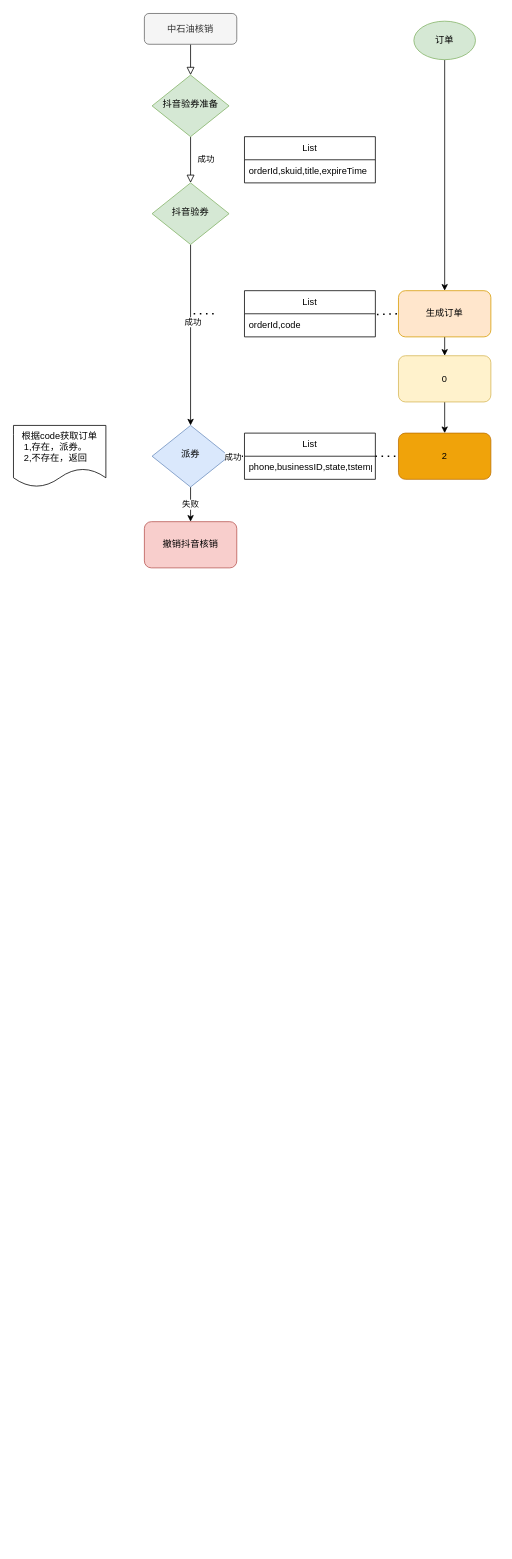
zhanghaiyang1/draw keeps this draw.io diagram as xlh/xlh.drawio. Above is the earlier version. Source tidied: cells renumbered, new cells numbered last; positions are measured from the earlier drawing's top-left corner, leaving out a move shared by most shapes. Both pictures are drawn from the tidied source at 77%, with x=0, y=0 at pixel (13, 13).
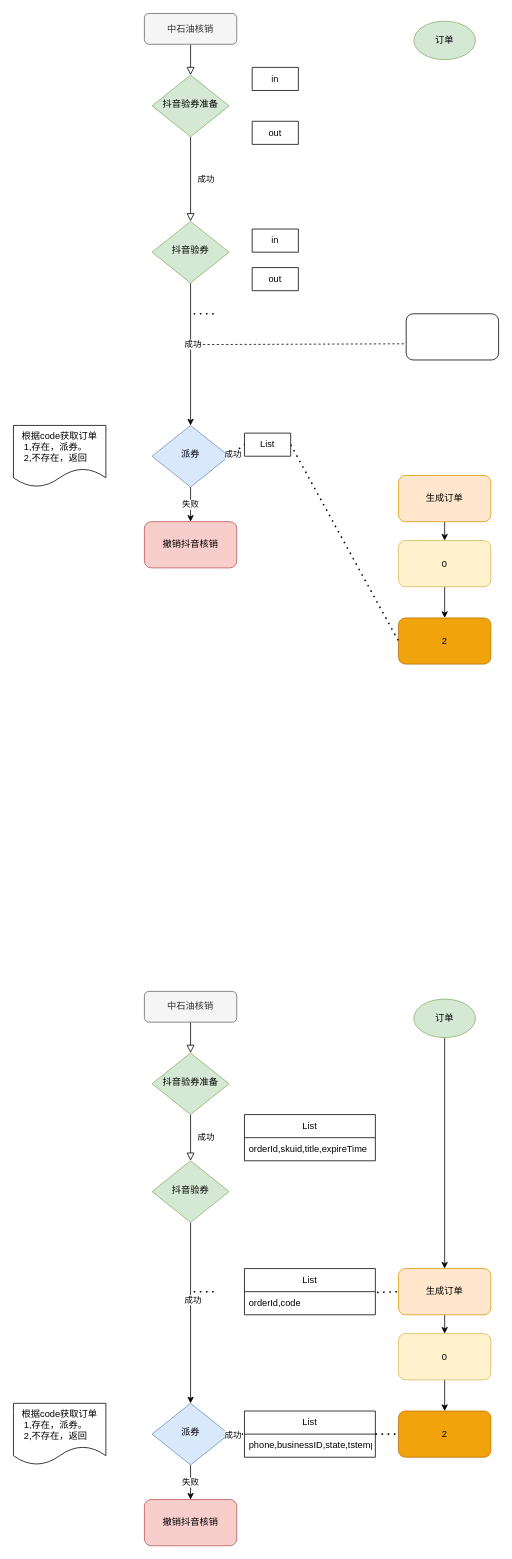
After the change.

Unchanged cells that the change refers to:
```xml
<mxCell id="5" value="抖音验券准备" style="rhombus;whiteSpace=wrap;html=1;shadow=0;fontFamily=Helvetica;fontSize=12;align=center;strokeWidth=1;spacing=6;spacingTop=-4;fillColor=#d5e8d4;strokeColor=#82b366;" parent="1" vertex="1">
  <mxGeometry x="180" y="80" width="100" height="80" as="geometry" />
</mxCell>
<mxCell id="10" value="订单" style="ellipse;whiteSpace=wrap;html=1;fillColor=#d5e8d4;strokeColor=#82b366;" parent="1" vertex="1">
  <mxGeometry x="520" y="10" width="80" height="50" as="geometry" />
</mxCell>
<mxCell id="23" value="派券" style="rhombus;whiteSpace=wrap;html=1;shadow=0;fontFamily=Helvetica;fontSize=12;align=center;strokeWidth=1;spacing=6;spacingTop=-4;fillColor=#dae8fc;strokeColor=#6c8ebf;" parent="1" vertex="1">
  <mxGeometry x="180" y="535" width="100" height="80" as="geometry" />
</mxCell>
```

The edit, as a diff of the source:
```diff
@@
-    <mxCell id="4" value="成功" style="rounded=0;html=1;jettySize=auto;fontSize=11;endArrow=block;endFill=0;endSize=8;strokeWidth=1;shadow=0;labelBackgroundColor=none;edgeStyle=orthogonalEdgeStyle;" parent="1" edge="1" source="5" target="8">
-      <mxGeometry y="20" relative="1" as="geometry" />
-    </mxCell>
+    <mxCell id="31" value="成功" style="rounded=0;html=1;jettySize=auto;fontSize=11;endArrow=block;endFill=0;endSize=8;strokeWidth=1;shadow=0;labelBackgroundColor=none;edgeStyle=orthogonalEdgeStyle;" parent="1" edge="1" source="5" target="34">
+      <mxGeometry y="20" relative="1" as="geometry" />
+    </mxCell>
@@
-    <mxCell id="6" style="edgeStyle=orthogonalEdgeStyle;rounded=0;jettySize=auto;html=1;exitX=0.5;exitY=1;exitDx=0;exitDy=0;entryX=0.5;entryY=0;entryDx=0;entryDy=0;" parent="1" edge="1" source="8" target="23">
-      <mxGeometry relative="1" as="geometry" />
-    </mxCell>
-    <mxCell id="7" value="成功" style="edgeLabel;html=1;align=center;verticalAlign=middle;" parent="6" vertex="1">
-      <mxGeometry x="-0.15" y="2" relative="1" as="geometry" />
-    </mxCell>
-    <mxCell id="8" value="抖音验券" style="rhombus;whiteSpace=wrap;html=1;shadow=0;fontFamily=Helvetica;fontSize=12;align=center;strokeWidth=1;spacing=6;spacingTop=-4;fillColor=#d5e8d4;strokeColor=#82b366;" parent="1" vertex="1">
-      <mxGeometry x="180" y="220" width="100" height="80" as="geometry" />
-    </mxCell>
-    <mxCell id="9" style="edgeStyle=orthogonalEdgeStyle;rounded=0;jettySize=auto;html=1;exitX=0.5;exitY=1;exitDx=0;exitDy=0;" parent="1" edge="1" source="10" target="12">
-      <mxGeometry relative="1" as="geometry" />
-    </mxCell>
+    <mxCell id="32" style="edgeStyle=orthogonalEdgeStyle;rounded=0;jettySize=auto;html=1;exitX=0.5;exitY=1;exitDx=0;exitDy=0;entryX=0.5;entryY=0;entryDx=0;entryDy=0;" parent="1" edge="1" source="34" target="23">
+      <mxGeometry relative="1" as="geometry" />
+    </mxCell>
+    <mxCell id="33" value="成功" style="edgeLabel;html=1;align=center;verticalAlign=middle;" parent="32" vertex="1">
+      <mxGeometry x="-0.15" y="2" relative="1" as="geometry" />
+    </mxCell>
+    <mxCell id="34" value="抖音验券" style="rhombus;whiteSpace=wrap;html=1;shadow=0;fontFamily=Helvetica;fontSize=12;align=center;strokeWidth=1;spacing=6;spacingTop=-4;fillColor=#d5e8d4;strokeColor=#82b366;" parent="1" vertex="1">
+      <mxGeometry x="180" y="270" width="100" height="80" as="geometry" />
+    </mxCell>
@@
-    <mxCell id="11" style="edgeStyle=orthogonalEdgeStyle;rounded=0;jettySize=auto;html=1;exitX=0.5;exitY=1;exitDx=0;exitDy=0;entryX=0.5;entryY=0;entryDx=0;entryDy=0;" parent="1" edge="1" source="12" target="14">
-      <mxGeometry relative="1" as="geometry" />
-    </mxCell>
-    <mxCell id="12" value="生成订单" style="rounded=1;whiteSpace=wrap;html=1;fillColor=#ffe6cc;strokeColor=#d79b00;" parent="1" vertex="1">
-      <mxGeometry x="500" y="360" width="120" height="60" as="geometry" />
-    </mxCell>
-    <mxCell id="13" style="edgeStyle=orthogonalEdgeStyle;rounded=0;jettySize=auto;html=1;exitX=0.5;exitY=1;exitDx=0;exitDy=0;" parent="1" edge="1" source="14" target="16">
-      <mxGeometry relative="1" as="geometry" />
-    </mxCell>
-    <mxCell id="14" value="0" style="rounded=1;whiteSpace=wrap;html=1;fillColor=#fff2cc;strokeColor=#d6b656;" parent="1" vertex="1">
-      <mxGeometry x="500" y="444.5" width="120" height="60" as="geometry" />
-    </mxCell>
+    <mxCell id="35" style="edgeStyle=orthogonalEdgeStyle;rounded=0;jettySize=auto;html=1;exitX=0.5;exitY=1;exitDx=0;exitDy=0;entryX=0.5;entryY=0;entryDx=0;entryDy=0;" parent="1" edge="1" source="36" target="38">
+      <mxGeometry relative="1" as="geometry" />
+    </mxCell>
+    <mxCell id="36" value="生成订单" style="rounded=1;whiteSpace=wrap;html=1;fillColor=#ffe6cc;strokeColor=#d79b00;" parent="1" vertex="1">
+      <mxGeometry x="500" y="600" width="120" height="60" as="geometry" />
+    </mxCell>
+    <mxCell id="37" style="edgeStyle=orthogonalEdgeStyle;rounded=0;jettySize=auto;html=1;exitX=0.5;exitY=1;exitDx=0;exitDy=0;" parent="1" edge="1" source="38" target="39">
+      <mxGeometry relative="1" as="geometry" />
+    </mxCell>
+    <mxCell id="38" value="0" style="rounded=1;whiteSpace=wrap;html=1;fillColor=#fff2cc;strokeColor=#d6b656;" parent="1" vertex="1">
+      <mxGeometry x="500" y="684.5" width="120" height="60" as="geometry" />
+    </mxCell>
@@
-    <mxCell id="16" value="2" style="rounded=1;whiteSpace=wrap;html=1;fillColor=#f0a30a;fontColor=#000000;strokeColor=#BD7000;" parent="1" vertex="1">
-      <mxGeometry x="500" y="545" width="120" height="60" as="geometry" />
-    </mxCell>
-    <mxCell id="17" style="endArrow=none;dashed=1;html=1;dashPattern=1 3;strokeWidth=2;rounded=0;entryX=0;entryY=0.5;entryDx=0;entryDy=0;exitX=1;exitY=0.5;exitDx=0;exitDy=0;" parent="1" edge="1" source="26" target="16">
-      <mxGeometry relative="1" as="geometry" />
-    </mxCell>
-    <mxCell id="18" value="List" style="swimlane;fontStyle=0;horizontal=1;startSize=30;whiteSpace=wrap;html=1;" parent="1" vertex="1">
-      <mxGeometry x="300" y="360" width="170" height="60" as="geometry" />
-    </mxCell>
-    <mxCell id="19" value="orderId,code" style="text;strokeColor=none;fillColor=none;align=left;verticalAlign=middle;spacingLeft=4;spacingRight=4;overflow=hidden;points=[[0,0.5],[1,0.5]];portConstraint=eastwest;whiteSpace=wrap;html=1;" parent="18" vertex="1">
-      <mxGeometry y="30" width="170" height="30" as="geometry" />
-    </mxCell>
-    <mxCell id="20" value="List" style="swimlane;fontStyle=0;horizontal=1;startSize=30;whiteSpace=wrap;html=1;" parent="1" vertex="1">
-      <mxGeometry x="300" y="160" width="170" height="60" as="geometry" />
-    </mxCell>
-    <mxCell id="21" value="&lt;div&gt;orderId,skuid,title,expireTime&lt;/div&gt;" style="text;strokeColor=none;fillColor=none;align=left;verticalAlign=middle;spacingLeft=4;spacingRight=4;overflow=hidden;whiteSpace=wrap;html=1;" parent="20" vertex="1">
-      <mxGeometry y="30" width="170" height="30" as="geometry" />
-    </mxCell>
+    <mxCell id="39" value="2" style="rounded=1;whiteSpace=wrap;html=1;fillColor=#f0a30a;fontColor=#000000;strokeColor=#BD7000;" parent="1" vertex="1">
+      <mxGeometry x="500" y="785" width="120" height="60" as="geometry" />
+    </mxCell>
+    <mxCell id="40" style="endArrow=none;dashed=1;html=1;dashPattern=1 3;strokeWidth=2;rounded=0;entryX=0;entryY=0.5;entryDx=0;entryDy=0;exitX=1;exitY=0.5;exitDx=0;exitDy=0;" parent="1" edge="1" source="44" target="39">
+      <mxGeometry relative="1" as="geometry" />
+    </mxCell>
+    <mxCell id="41" value="out" style="swimlane;fontStyle=0;horizontal=1;startSize=30;whiteSpace=wrap;html=1;" parent="1" vertex="1" collapsed="1">
+      <mxGeometry x="310" y="330" width="60" height="30" as="geometry" />
+    </mxCell>
@@
-    <mxCell id="24" style="endArrow=none;dashed=1;html=1;dashPattern=1 3;strokeWidth=2;rounded=0;entryX=0;entryY=0.5;entryDx=0;entryDy=0;exitX=1;exitY=0.5;exitDx=0;exitDy=0;" parent="1" edge="1" source="23" target="26">
-      <mxGeometry relative="1" as="geometry" />
-    </mxCell>
-    <mxCell id="25" value="成功" style="edgeLabel;html=1;align=center;verticalAlign=middle;" parent="24" vertex="1">
-      <mxGeometry x="-0.6" relative="1" as="geometry" />
-    </mxCell>
-    <mxCell id="26" value="List" style="swimlane;fontStyle=0;horizontal=1;startSize=30;whiteSpace=wrap;html=1;" parent="1" vertex="1">
-      <mxGeometry x="300" y="545" width="170" height="60" as="geometry" />
-    </mxCell>
+    <mxCell id="42" style="endArrow=none;dashed=1;html=1;dashPattern=1 3;strokeWidth=2;rounded=0;entryX=0;entryY=0.5;entryDx=0;entryDy=0;exitX=1;exitY=0.5;exitDx=0;exitDy=0;" parent="1" edge="1" source="23" target="44">
+      <mxGeometry relative="1" as="geometry" />
+    </mxCell>
+    <mxCell id="43" value="成功" style="edgeLabel;html=1;align=center;verticalAlign=middle;" parent="42" vertex="1">
+      <mxGeometry x="-0.6" relative="1" as="geometry" />
+    </mxCell>
+    <mxCell id="44" value="List" style="swimlane;fontStyle=0;horizontal=1;startSize=30;whiteSpace=wrap;html=1;" parent="1" vertex="1" collapsed="1">
+      <mxGeometry x="300" y="545" width="60" height="30" as="geometry" />
+    </mxCell>
+    <mxCell id="28" value="&lt;div&gt;根据code获取订单&lt;/div&gt;&lt;div&gt;1,存在，派券。&amp;nbsp;&amp;nbsp;&amp;nbsp; &lt;br&gt;&lt;/div&gt;&lt;div&gt;2,不存在，返回&amp;nbsp;&amp;nbsp;&amp;nbsp; &lt;br&gt;&lt;/div&gt;" style="shape=document;whiteSpace=wrap;html=1;boundedLbl=1;" parent="1" vertex="1">
+      <mxGeometry y="535" width="120" height="80" as="geometry" />
+    </mxCell>
+    <mxCell id="45" style="endArrow=none;dashed=1;html=1;dashPattern=1 3;strokeWidth=2;rounded=0;" parent="1" edge="1">
+      <mxGeometry relative="1" as="geometry">
+        <mxPoint x="260" y="390" as="sourcePoint" />
+        <mxPoint x="230" y="390" as="targetPoint" />
+      </mxGeometry>
+    </mxCell>
+    <mxCell id="46" style="rounded=0;html=1;jettySize=auto;fontSize=11;endArrow=block;endFill=0;endSize=8;strokeWidth=1;shadow=0;labelBackgroundColor=none;edgeStyle=orthogonalEdgeStyle;" parent="1" edge="1" source="47" target="49">
+      <mxGeometry relative="1" as="geometry" />
+    </mxCell>
+    <mxCell id="47" value="中石油核销" style="rounded=1;whiteSpace=wrap;html=1;fontSize=12;glass=0;strokeWidth=1;shadow=0;fillColor=#f5f5f5;fontColor=#333333;strokeColor=#666666;" parent="1" vertex="1">
+      <mxGeometry x="170" y="1270" width="120" height="40" as="geometry" />
+    </mxCell>
+    <mxCell id="48" value="成功" style="rounded=0;html=1;jettySize=auto;fontSize=11;endArrow=block;endFill=0;endSize=8;strokeWidth=1;shadow=0;labelBackgroundColor=none;edgeStyle=orthogonalEdgeStyle;" parent="1" edge="1" source="49" target="52">
+      <mxGeometry y="20" relative="1" as="geometry" />
+    </mxCell>
+    <mxCell id="49" value="抖音验券准备" style="rhombus;whiteSpace=wrap;html=1;shadow=0;fontFamily=Helvetica;fontSize=12;align=center;strokeWidth=1;spacing=6;spacingTop=-4;fillColor=#d5e8d4;strokeColor=#82b366;" parent="1" vertex="1">
+      <mxGeometry x="180" y="1350" width="100" height="80" as="geometry" />
+    </mxCell>
+    <mxCell id="50" style="edgeStyle=orthogonalEdgeStyle;rounded=0;jettySize=auto;html=1;exitX=0.5;exitY=1;exitDx=0;exitDy=0;entryX=0.5;entryY=0;entryDx=0;entryDy=0;" parent="1" edge="1" source="52" target="65">
+      <mxGeometry relative="1" as="geometry" />
+    </mxCell>
+    <mxCell id="51" value="成功" style="edgeLabel;html=1;align=center;verticalAlign=middle;" parent="50" vertex="1">
+      <mxGeometry x="-0.15" y="2" relative="1" as="geometry" />
+    </mxCell>
+    <mxCell id="52" value="抖音验券" style="rhombus;whiteSpace=wrap;html=1;shadow=0;fontFamily=Helvetica;fontSize=12;align=center;strokeWidth=1;spacing=6;spacingTop=-4;fillColor=#d5e8d4;strokeColor=#82b366;" parent="1" vertex="1">
+      <mxGeometry x="180" y="1490" width="100" height="80" as="geometry" />
+    </mxCell>
+    <mxCell id="53" style="edgeStyle=orthogonalEdgeStyle;rounded=0;jettySize=auto;html=1;exitX=0.5;exitY=1;exitDx=0;exitDy=0;" parent="1" edge="1" source="54" target="56">
+      <mxGeometry relative="1" as="geometry" />
+    </mxCell>
+    <mxCell id="54" value="订单" style="ellipse;whiteSpace=wrap;html=1;fillColor=#d5e8d4;strokeColor=#82b366;" parent="1" vertex="1">
+      <mxGeometry x="520" y="1280" width="80" height="50" as="geometry" />
+    </mxCell>
+    <mxCell id="55" style="edgeStyle=orthogonalEdgeStyle;rounded=0;jettySize=auto;html=1;exitX=0.5;exitY=1;exitDx=0;exitDy=0;entryX=0.5;entryY=0;entryDx=0;entryDy=0;" parent="1" edge="1" source="56" target="58">
+      <mxGeometry relative="1" as="geometry" />
+    </mxCell>
+    <mxCell id="56" value="生成订单" style="rounded=1;whiteSpace=wrap;html=1;fillColor=#ffe6cc;strokeColor=#d79b00;" parent="1" vertex="1">
+      <mxGeometry x="500" y="1630" width="120" height="60" as="geometry" />
+    </mxCell>
+    <mxCell id="57" style="edgeStyle=orthogonalEdgeStyle;rounded=0;jettySize=auto;html=1;exitX=0.5;exitY=1;exitDx=0;exitDy=0;" parent="1" edge="1" source="58" target="60">
+      <mxGeometry relative="1" as="geometry" />
+    </mxCell>
+    <mxCell id="58" value="0" style="rounded=1;whiteSpace=wrap;html=1;fillColor=#fff2cc;strokeColor=#d6b656;" parent="1" vertex="1">
+      <mxGeometry x="500" y="1714.5" width="120" height="60" as="geometry" />
+    </mxCell>
+    <mxCell id="59" value="撤销抖音核销" style="rounded=1;whiteSpace=wrap;html=1;fillColor=#f8cecc;strokeColor=#b85450;" parent="1" vertex="1">
+      <mxGeometry x="170" y="1930" width="120" height="60" as="geometry" />
+    </mxCell>
+    <mxCell id="60" value="2" style="rounded=1;whiteSpace=wrap;html=1;fillColor=#f0a30a;fontColor=#000000;strokeColor=#BD7000;" parent="1" vertex="1">
+      <mxGeometry x="500" y="1815" width="120" height="60" as="geometry" />
+    </mxCell>
+    <mxCell id="61" style="endArrow=none;dashed=1;html=1;dashPattern=1 3;strokeWidth=2;rounded=0;entryX=0;entryY=0.5;entryDx=0;entryDy=0;exitX=1;exitY=0.5;exitDx=0;exitDy=0;" parent="1" edge="1" source="68" target="60">
+      <mxGeometry relative="1" as="geometry" />
+    </mxCell>
+    <mxCell id="62" value="List" style="swimlane;fontStyle=0;horizontal=1;startSize=30;whiteSpace=wrap;html=1;" parent="1" vertex="1">
+      <mxGeometry x="300" y="1630" width="170" height="60" as="geometry" />
+    </mxCell>
+    <mxCell id="19" value="orderId,code" style="text;strokeColor=none;fillColor=none;align=left;verticalAlign=middle;spacingLeft=4;spacingRight=4;overflow=hidden;points=[[0,0.5],[1,0.5]];portConstraint=eastwest;whiteSpace=wrap;html=1;" parent="62" vertex="1">
+      <mxGeometry y="30" width="170" height="30" as="geometry" />
+    </mxCell>
+    <mxCell id="63" value="List" style="swimlane;fontStyle=0;horizontal=1;startSize=30;whiteSpace=wrap;html=1;" parent="1" vertex="1">
+      <mxGeometry x="300" y="1430" width="170" height="60" as="geometry" />
+    </mxCell>
+    <mxCell id="21" value="&lt;div&gt;orderId,skuid,title,expireTime&lt;/div&gt;" style="text;strokeColor=none;fillColor=none;align=left;verticalAlign=middle;spacingLeft=4;spacingRight=4;overflow=hidden;whiteSpace=wrap;html=1;" parent="63" vertex="1">
+      <mxGeometry y="30" width="170" height="30" as="geometry" />
+    </mxCell>
+    <mxCell id="64" value="失败" style="edgeStyle=orthogonalEdgeStyle;rounded=0;jettySize=auto;html=1;exitX=0.5;exitY=1;exitDx=0;exitDy=0;entryX=0.5;entryY=0;entryDx=0;entryDy=0;" parent="1" edge="1" source="65" target="59">
+      <mxGeometry relative="1" as="geometry" />
+    </mxCell>
+    <mxCell id="65" value="派券" style="rhombus;whiteSpace=wrap;html=1;shadow=0;fontFamily=Helvetica;fontSize=12;align=center;strokeWidth=1;spacing=6;spacingTop=-4;fillColor=#dae8fc;strokeColor=#6c8ebf;" parent="1" vertex="1">
+      <mxGeometry x="180" y="1805" width="100" height="80" as="geometry" />
+    </mxCell>
+    <mxCell id="66" style="endArrow=none;dashed=1;html=1;dashPattern=1 3;strokeWidth=2;rounded=0;entryX=0;entryY=0.5;entryDx=0;entryDy=0;exitX=1;exitY=0.5;exitDx=0;exitDy=0;" parent="1" edge="1" source="65" target="68">
+      <mxGeometry relative="1" as="geometry" />
+    </mxCell>
+    <mxCell id="67" value="成功" style="edgeLabel;html=1;align=center;verticalAlign=middle;" parent="66" vertex="1">
+      <mxGeometry x="-0.6" relative="1" as="geometry" />
+    </mxCell>
+    <mxCell id="68" value="List" style="swimlane;fontStyle=0;horizontal=1;startSize=30;whiteSpace=wrap;html=1;" parent="1" vertex="1">
+      <mxGeometry x="300" y="1815" width="170" height="60" as="geometry" />
+    </mxCell>
-    <mxCell id="27" value="phone,businessID,state,tstemp" style="text;strokeColor=none;fillColor=none;align=left;verticalAlign=middle;spacingLeft=4;spacingRight=4;overflow=hidden;whiteSpace=wrap;html=1;" parent="26" vertex="1">
+    <mxCell id="27" value="phone,businessID,state,tstemp" style="text;strokeColor=none;fillColor=none;align=left;verticalAlign=middle;spacingLeft=4;spacingRight=4;overflow=hidden;whiteSpace=wrap;html=1;" parent="68" vertex="1">
       <mxGeometry y="30" width="170" height="30" as="geometry" />
     </mxCell>
-    <mxCell id="28" value="&lt;div&gt;根据code获取订单&lt;/div&gt;&lt;div&gt;1,存在，派券。&amp;nbsp;&amp;nbsp;&amp;nbsp; &lt;br&gt;&lt;/div&gt;&lt;div&gt;2,不存在，返回&amp;nbsp;&amp;nbsp;&amp;nbsp; &lt;br&gt;&lt;/div&gt;" style="shape=document;whiteSpace=wrap;html=1;boundedLbl=1;" parent="1" vertex="1">
-      <mxGeometry y="535" width="120" height="80" as="geometry" />
-    </mxCell>
-    <mxCell id="29" style="endArrow=none;dashed=1;html=1;dashPattern=1 3;strokeWidth=2;rounded=0;entryX=0;entryY=0.5;entryDx=0;entryDy=0;exitX=1.012;exitY=0.033;exitDx=0;exitDy=0;exitPerimeter=0;" parent="1" edge="1" source="19" target="12">
-      <mxGeometry relative="1" as="geometry" />
-    </mxCell>
-    <mxCell id="30" style="endArrow=none;dashed=1;html=1;dashPattern=1 3;strokeWidth=2;rounded=0;" parent="1" edge="1">
-      <mxGeometry relative="1" as="geometry">
-        <mxPoint x="260" y="390" as="sourcePoint" />
-        <mxPoint x="230" y="390" as="targetPoint" />
-      </mxGeometry>
-    </mxCell>
+    <mxCell id="69" value="&lt;div&gt;根据code获取订单&lt;/div&gt;&lt;div&gt;1,存在，派券。&amp;nbsp;&amp;nbsp;&amp;nbsp; &lt;br&gt;&lt;/div&gt;&lt;div&gt;2,不存在，返回&amp;nbsp;&amp;nbsp;&amp;nbsp; &lt;br&gt;&lt;/div&gt;" style="shape=document;whiteSpace=wrap;html=1;boundedLbl=1;" parent="1" vertex="1">
+      <mxGeometry y="1805" width="120" height="80" as="geometry" />
+    </mxCell>
+    <mxCell id="70" style="endArrow=none;dashed=1;html=1;dashPattern=1 3;strokeWidth=2;rounded=0;entryX=0;entryY=0.5;entryDx=0;entryDy=0;exitX=1.012;exitY=0.033;exitDx=0;exitDy=0;exitPerimeter=0;" parent="1" edge="1" source="19" target="56">
+      <mxGeometry relative="1" as="geometry" />
+    </mxCell>
+    <mxCell id="71" style="endArrow=none;dashed=1;html=1;dashPattern=1 3;strokeWidth=2;rounded=0;" parent="1" edge="1">
+      <mxGeometry relative="1" as="geometry">
+        <mxPoint x="260" y="1660" as="sourcePoint" />
+        <mxPoint x="230" y="1660" as="targetPoint" />
+      </mxGeometry>
+    </mxCell>
+    <mxCell id="72" style="rounded=1;whiteSpace=wrap;html=1;" parent="1" vertex="1">
+      <mxGeometry x="510" y="390" width="120" height="60" as="geometry" />
+    </mxCell>
+    <mxCell id="73" value="in" style="swimlane;fontStyle=0;horizontal=1;startSize=30;whiteSpace=wrap;html=1;" parent="1" vertex="1" collapsed="1">
+      <mxGeometry x="310" y="70" width="60" height="30" as="geometry" />
+    </mxCell>
+    <mxCell id="74" value="out" style="swimlane;fontStyle=0;horizontal=1;startSize=30;whiteSpace=wrap;html=1;" parent="1" vertex="1" collapsed="1">
+      <mxGeometry x="310" y="140" width="60" height="30" as="geometry" />
+    </mxCell>
+    <mxCell id="75" value="in" style="swimlane;fontStyle=0;horizontal=1;startSize=30;whiteSpace=wrap;html=1;" parent="1" vertex="1" collapsed="1">
+      <mxGeometry x="310" y="280" width="60" height="30" as="geometry" />
+    </mxCell>
+    <mxCell id="76" style="endArrow=none;dashed=1;html=1;rounded=0;entryX=-0.008;entryY=0.65;entryDx=0;entryDy=0;entryPerimeter=0;" parent="1" edge="1" target="72">
+      <mxGeometry relative="1" as="geometry">
+        <mxPoint x="240" y="430" as="sourcePoint" />
+      </mxGeometry>
+    </mxCell>
```
